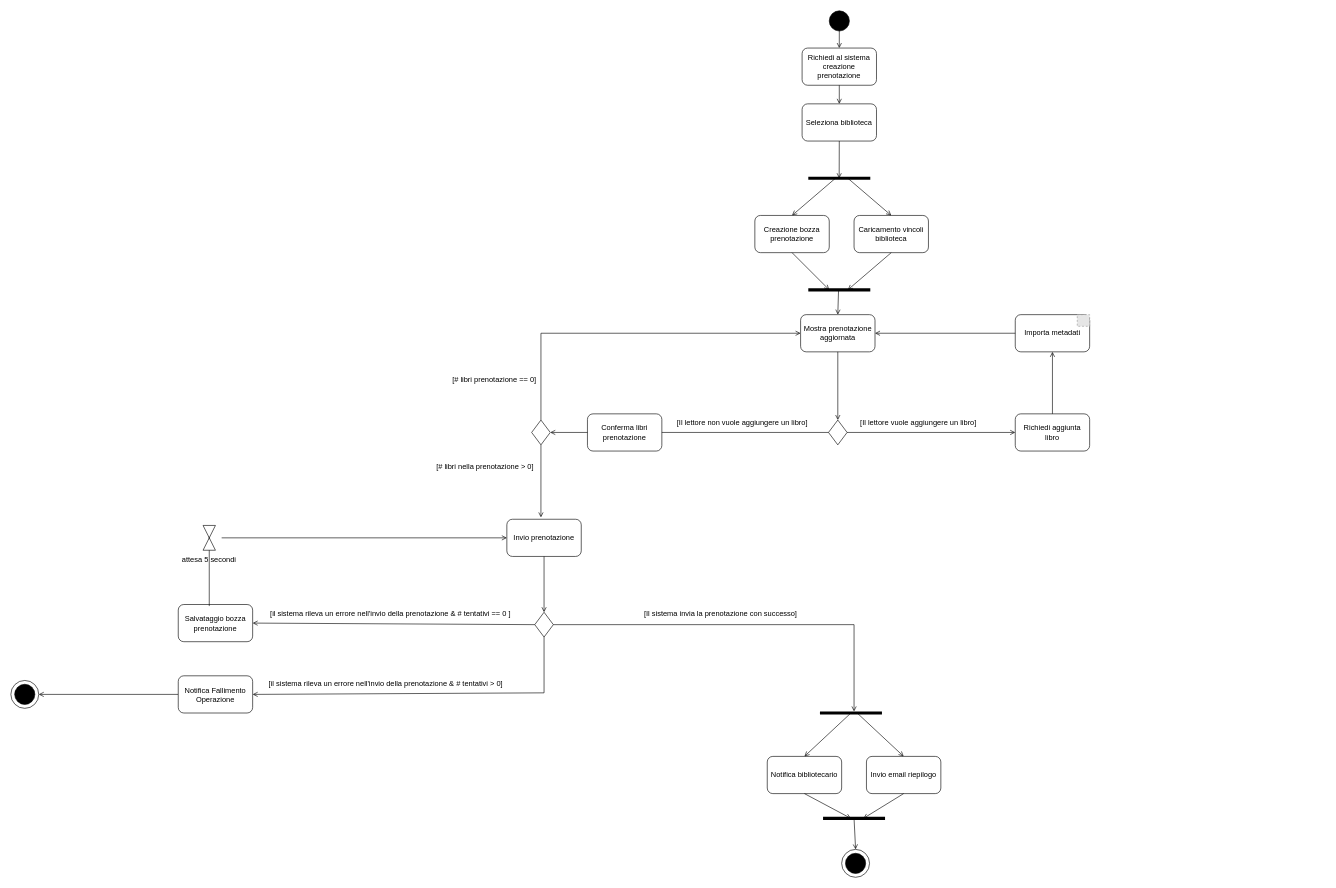
The draw.io diagram Elaborati Progettazione/Prenota Libro/Diagramma Attività/Prenota Libro.drawio in Tom-n7/progettoMurakami, before the edit. Source tidied: cells renumbered, new cells numbered last; positions are measured from the earlier drawing's top-left corner, leaving out a move shared by most shapes. Both pictures are drawn from the tidied source at 62%, with x=0, y=0 at pixel (11, 11). Pictures stored in the file or linked from it are replaced by grey dashed boxes.
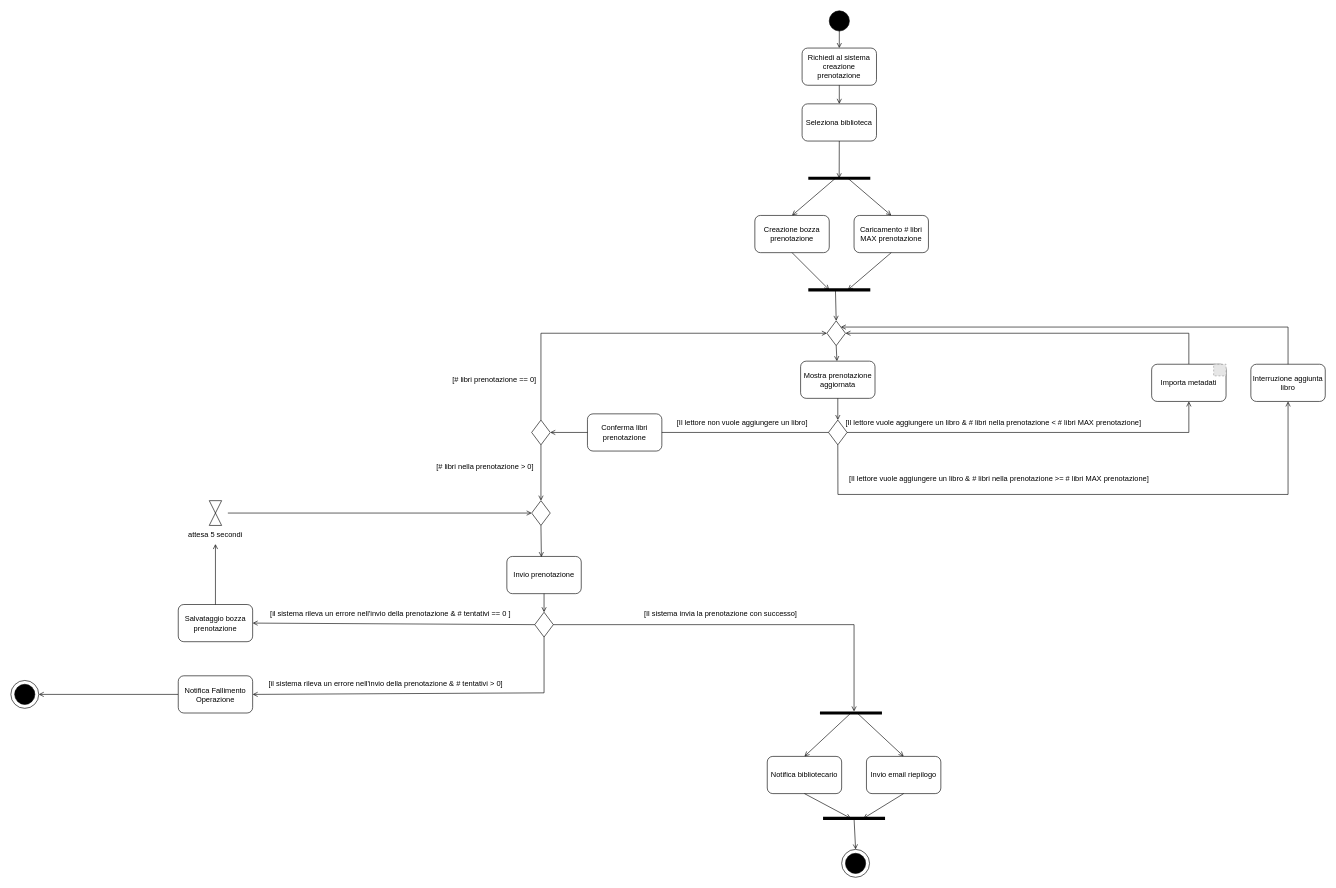
The same page after the edit.

Commit message (it also covers changes not shown here):
Corretti int steps e diagramma attività, in special modo eliminate tutte le situazioni di frecce multiple entranti in un'azione

Unchanged cells that the change refers to:
```xml
<mxCell id="11" style="rhombus;whiteSpace=wrap;html=1;" parent="1" vertex="1">
  <mxGeometry x="1318.8" y="660" width="30" height="40" as="geometry" />
</mxCell>
<mxCell id="29" style="rhombus;whiteSpace=wrap;html=1;" parent="1" vertex="1">
  <mxGeometry x="840" y="660" width="30" height="40" as="geometry" />
</mxCell>
<mxCell id="39" value="Salvataggio bozza prenotazione" style="rounded=1;whiteSpace=wrap;html=1;" parent="1" vertex="1">
  <mxGeometry x="270" y="957.5" width="120" height="60" as="geometry" />
</mxCell>
```

The edit, as a diff of the source:
```diff
@@
-    <mxCell id="7" value="Richiedi aggiunta libro" style="rounded=1;whiteSpace=wrap;html=1;" parent="1" vertex="1">
-      <mxGeometry x="1620" y="650" width="120" height="60" as="geometry" />
-    </mxCell>
-    <mxCell id="8" style="group;" parent="1" vertex="1">
-      <mxGeometry x="1620" y="490" width="120" height="60" as="geometry" />
-    </mxCell>
-    <mxCell id="9" value="Importa metadati" style="rounded=1;whiteSpace=wrap;html=1;" parent="8" vertex="1">
-      <mxGeometry width="120" height="60" as="geometry" />
-    </mxCell>
-    <mxCell id="10" style="fillColor=#E6E6E6;strokeColor=#999999;dashed=1;verticalLabelPosition=bottom;labelBackgroundColor=default;verticalAlign=top;" parent="8" vertex="1">
-      <mxGeometry x="100" width="20" height="18.8" as="geometry" />
-    </mxCell>
@@
-    <mxCell id="12" style="endArrow=open;html=1;rounded=0;endFill=0;exitX=1;exitY=0.5;exitDx=0;exitDy=0;entryX=0;entryY=0.5;entryDx=0;entryDy=0;" parent="1" edge="1" source="11" target="7">
-      <mxGeometry relative="1" as="geometry" />
-    </mxCell>
-    <mxCell id="13" value="[Il lettore vuole aggiungere un libro]" style="text;html=1;whiteSpace=wrap;strokeColor=none;fillColor=none;align=center;verticalAlign=middle;rounded=0;" parent="1" vertex="1">
-      <mxGeometry x="1358.8" y="650" width="210" height="30" as="geometry" />
+    <mxCell id="13" value="[Il lettore vuole aggiungere un libro &amp;amp; # libri nella prenotazione &amp;lt; # libri MAX prenotazione]" style="text;html=1;whiteSpace=wrap;strokeColor=none;fillColor=none;align=center;verticalAlign=middle;rounded=0;" parent="1" vertex="1">
+      <mxGeometry x="1340" y="650" width="490" height="30" as="geometry" />
     </mxCell>
-    <mxCell id="14" style="endArrow=open;html=1;rounded=0;endFill=0;entryX=0.5;entryY=1;entryDx=0;entryDy=0;exitX=0.5;exitY=0;exitDx=0;exitDy=0;" parent="1" edge="1" source="7" target="9">
-      <mxGeometry relative="1" as="geometry" />
-    </mxCell>
-    <mxCell id="15" style="endArrow=open;html=1;rounded=0;endFill=0;exitX=0;exitY=0.5;exitDx=0;exitDy=0;entryX=1;entryY=0.5;entryDx=0;entryDy=0;" parent="1" edge="1" source="9" target="34">
-      <mxGeometry relative="1" as="geometry" />
+    <mxCell id="15" style="endArrow=open;html=1;rounded=0;endFill=0;entryX=1;entryY=0.5;entryDx=0;entryDy=0;exitX=0.5;exitY=0;exitDx=0;exitDy=0;" parent="1" edge="1" source="9" target="67">
+      <mxGeometry relative="1" as="geometry">
+        <Array as="points">
+          <mxPoint x="1900" y="520" />
+        </Array>
+      </mxGeometry>
     </mxCell>
@@
-    <mxCell id="20" value="Caricamento vincoli biblioteca" style="rounded=1;whiteSpace=wrap;html=1;" parent="1" vertex="1">
+    <mxCell id="20" value="Caricamento # libri MAX prenotazione" style="rounded=1;whiteSpace=wrap;html=1;" parent="1" vertex="1">
       <mxGeometry x="1360" y="330" width="120" height="60" as="geometry" />
     </mxCell>
@@
-    <mxCell id="27" style="endArrow=open;html=1;rounded=0;endFill=0;entryX=0.5;entryY=0;entryDx=0;entryDy=0;" parent="1" edge="1" target="34">
+    <mxCell id="27" style="endArrow=open;html=1;rounded=0;endFill=0;entryX=0.5;entryY=0;entryDx=0;entryDy=0;" parent="1" edge="1" target="67">
       <mxGeometry relative="1" as="geometry">
-        <mxPoint x="1335" y="450" as="sourcePoint" />
+        <mxPoint x="1330" y="450" as="sourcePoint" />
       </mxGeometry>
     </mxCell>
@@
-    <mxCell id="30" style="endArrow=open;html=1;rounded=0;endFill=0;entryX=0;entryY=0.5;entryDx=0;entryDy=0;exitX=0.5;exitY=0;exitDx=0;exitDy=0;" parent="1" edge="1" source="29" target="34">
+    <mxCell id="30" style="endArrow=open;html=1;rounded=0;endFill=0;entryX=0;entryY=0.5;entryDx=0;entryDy=0;exitX=0.5;exitY=0;exitDx=0;exitDy=0;" parent="1" edge="1" source="29" target="67">
       <mxGeometry relative="1" as="geometry">
         <Array as="points">
           <mxPoint x="855" y="520" />
         </Array>
       </mxGeometry>
     </mxCell>
@@
     <mxCell id="34" value="Mostra prenotazione aggiornata" style="rounded=1;whiteSpace=wrap;html=1;" parent="1" vertex="1">
-      <mxGeometry x="1273.8" y="490" width="120" height="60" as="geometry" />
+      <mxGeometry x="1273.8" y="565" width="120" height="60" as="geometry" />
     </mxCell>
@@
     <mxCell id="41" value="Invio prenotazione" style="rounded=1;whiteSpace=wrap;html=1;" parent="1" vertex="1">
-      <mxGeometry x="800" y="820" width="120" height="60" as="geometry" />
+      <mxGeometry x="800" y="880" width="120" height="60" as="geometry" />
     </mxCell>
@@
-    <mxCell id="50" style="endArrow=open;html=1;rounded=0;endFill=0;exitX=0.5;exitY=1;exitDx=0;exitDy=0;entryX=0.458;entryY=-0.049;entryDx=0;entryDy=0;entryPerimeter=0;" parent="1" edge="1" source="29" target="41">
+    <mxCell id="50" style="endArrow=open;html=1;rounded=0;endFill=0;exitX=0.5;exitY=1;exitDx=0;exitDy=0;entryX=0.5;entryY=0;entryDx=0;entryDy=0;" parent="1" edge="1" source="29" target="74">
       <mxGeometry relative="1" as="geometry" />
     </mxCell>
@@
-    <mxCell id="52" style="endArrow=open;html=1;rounded=0;endFill=0;entryX=0;entryY=0.5;entryDx=0;entryDy=0;" parent="1" edge="1" target="54">
-      <mxGeometry relative="1" as="geometry">
-        <mxPoint x="320" y="960" as="sourcePoint" />
-      </mxGeometry>
+    <mxCell id="52" style="endArrow=open;html=1;rounded=0;endFill=0;entryX=0.5;entryY=1;entryDx=0;entryDy=0;exitX=0.5;exitY=0;exitDx=0;exitDy=0;" parent="1" edge="1" source="39" target="55">
+      <mxGeometry relative="1" as="geometry" />
     </mxCell>
     <mxCell id="53" style="triangle;whiteSpace=wrap;html=1;rotation=-90;" parent="1" vertex="1">
-      <mxGeometry x="310" y="850" width="20" height="20" as="geometry" />
+      <mxGeometry x="320" y="810" width="20" height="20" as="geometry" />
     </mxCell>
     <mxCell id="54" style="triangle;whiteSpace=wrap;html=1;rotation=90;" parent="1" vertex="1">
-      <mxGeometry x="310" y="830" width="20" height="20" as="geometry" />
+      <mxGeometry x="320" y="790" width="20" height="20" as="geometry" />
     </mxCell>
     <mxCell id="55" value="attesa 5 secondi" style="text;html=1;whiteSpace=wrap;strokeColor=none;fillColor=none;align=center;verticalAlign=middle;rounded=0;" parent="1" vertex="1">
-      <mxGeometry x="270" y="870" width="100" height="30" as="geometry" />
+      <mxGeometry x="280" y="830" width="100" height="30" as="geometry" />
     </mxCell>
@@
-    <mxCell id="57" style="endArrow=open;html=1;rounded=0;endFill=0;entryX=0;entryY=0.5;entryDx=0;entryDy=0;" parent="1" edge="1" target="41">
+    <mxCell id="57" style="endArrow=open;html=1;rounded=0;endFill=0;entryX=0;entryY=0.5;entryDx=0;entryDy=0;" parent="1" edge="1" target="74">
       <mxGeometry relative="1" as="geometry">
-        <mxPoint x="340" y="850" as="sourcePoint" />
+        <mxPoint x="350" y="810" as="sourcePoint" />
       </mxGeometry>
     </mxCell>
@@
+    <mxCell id="67" style="rhombus;whiteSpace=wrap;html=1;" parent="1" vertex="1">
+      <mxGeometry x="1316.2" y="500" width="30" height="40" as="geometry" />
+    </mxCell>
+    <mxCell id="68" style="endArrow=open;html=1;rounded=0;endFill=0;exitX=0.5;exitY=1;exitDx=0;exitDy=0;" parent="1" edge="1" source="67" target="34">
+      <mxGeometry relative="1" as="geometry" />
+    </mxCell>
+    <mxCell id="69" value="[Il lettore vuole aggiungere un libro &amp;amp; # libri nella prenotazione &amp;gt;= # libri MAX prenotazione]" style="text;html=1;whiteSpace=wrap;strokeColor=none;fillColor=none;align=center;verticalAlign=middle;rounded=0;" parent="1" vertex="1">
+      <mxGeometry x="1348.8" y="740" width="490" height="30" as="geometry" />
+    </mxCell>
+    <mxCell id="70" style="endArrow=open;html=1;rounded=0;endFill=0;exitX=0.5;exitY=1;exitDx=0;exitDy=0;entryX=0.5;entryY=1;entryDx=0;entryDy=0;" parent="1" edge="1" source="11" target="72">
+      <mxGeometry relative="1" as="geometry">
+        <Array as="points">
+          <mxPoint x="1334" y="780" />
+          <mxPoint x="2060" y="780" />
+        </Array>
+      </mxGeometry>
+    </mxCell>
+    <mxCell id="9" value="Importa metadati" style="rounded=1;whiteSpace=wrap;html=1;" parent="1" vertex="1">
+      <mxGeometry x="1840" y="570" width="120" height="60" as="geometry" />
+    </mxCell>
+    <mxCell id="10" style="fillColor=#E6E6E6;strokeColor=#999999;dashed=1;verticalLabelPosition=bottom;labelBackgroundColor=default;verticalAlign=top;" parent="1" vertex="1">
+      <mxGeometry x="1940" y="570" width="20" height="18.8" as="geometry" />
+    </mxCell>
+    <mxCell id="71" style="endArrow=open;html=1;rounded=0;endFill=0;exitX=1;exitY=0.5;exitDx=0;exitDy=0;entryX=0.5;entryY=1;entryDx=0;entryDy=0;" parent="1" edge="1" source="11" target="9">
+      <mxGeometry relative="1" as="geometry">
+        <Array as="points">
+          <mxPoint x="1900" y="680" />
+        </Array>
+      </mxGeometry>
+    </mxCell>
+    <mxCell id="72" value="Interruzione aggiunta libro" style="rounded=1;whiteSpace=wrap;html=1;" parent="1" vertex="1">
+      <mxGeometry x="2000" y="570" width="120" height="60" as="geometry" />
+    </mxCell>
+    <mxCell id="73" style="endArrow=open;html=1;rounded=0;endFill=0;entryX=1;entryY=0;entryDx=0;entryDy=0;exitX=0.5;exitY=0;exitDx=0;exitDy=0;" parent="1" edge="1" source="72" target="67">
+      <mxGeometry relative="1" as="geometry">
+        <Array as="points">
+          <mxPoint x="2060" y="510" />
+        </Array>
+      </mxGeometry>
+    </mxCell>
+    <mxCell id="74" style="rhombus;whiteSpace=wrap;html=1;" parent="1" vertex="1">
+      <mxGeometry x="840" y="790" width="30" height="40" as="geometry" />
+    </mxCell>
+    <mxCell id="75" style="endArrow=open;html=1;rounded=0;endFill=0;exitX=0.5;exitY=1;exitDx=0;exitDy=0;entryX=0.464;entryY=0.017;entryDx=0;entryDy=0;entryPerimeter=0;" parent="1" edge="1" source="74" target="41">
+      <mxGeometry relative="1" as="geometry" />
+    </mxCell>
```
